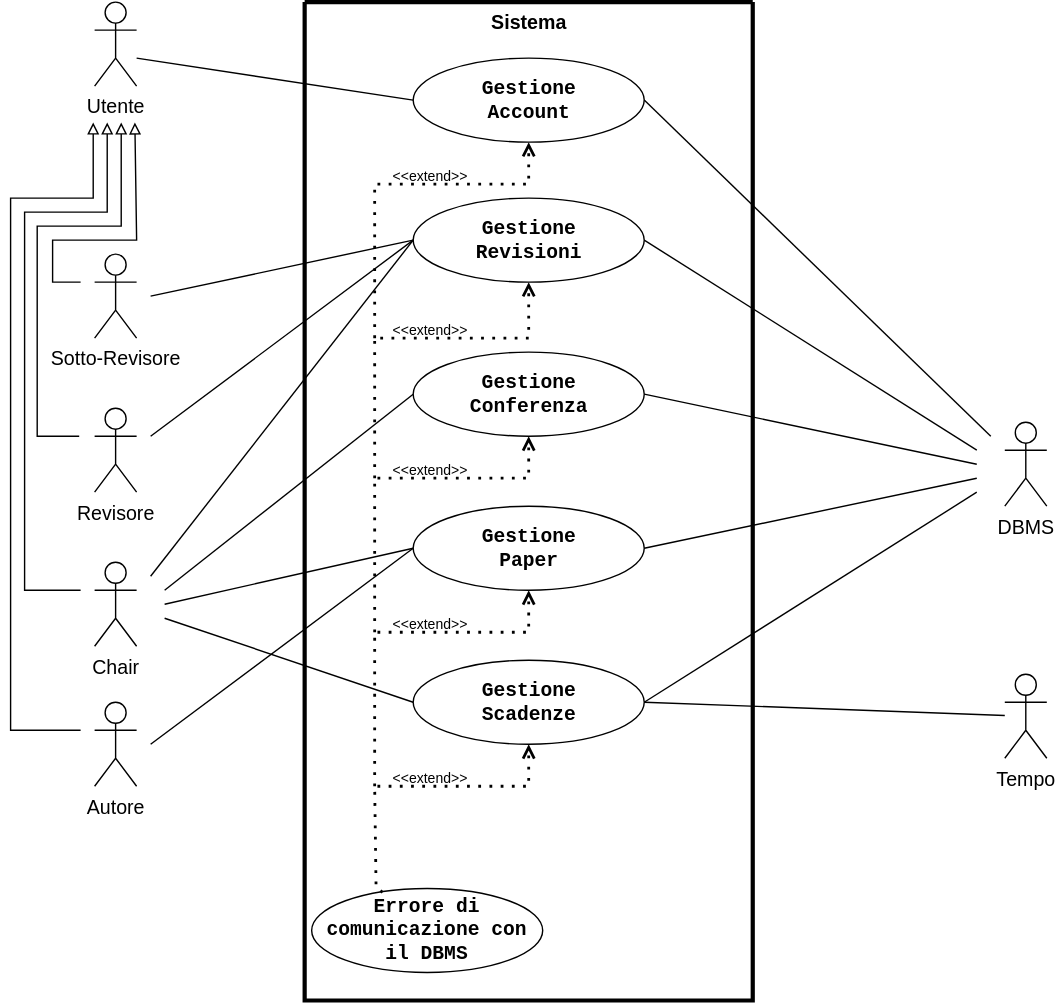
Gabro29/IngegneriaSoftware keeps this draw.io diagram as RAD/images/VistaInsieme.drawio.svg. Above is the earlier version. Source tidied: cells renumbered, new cells last; positions are measured from the earlier drawing's top-left corner, leaving out a move shared by most shapes.
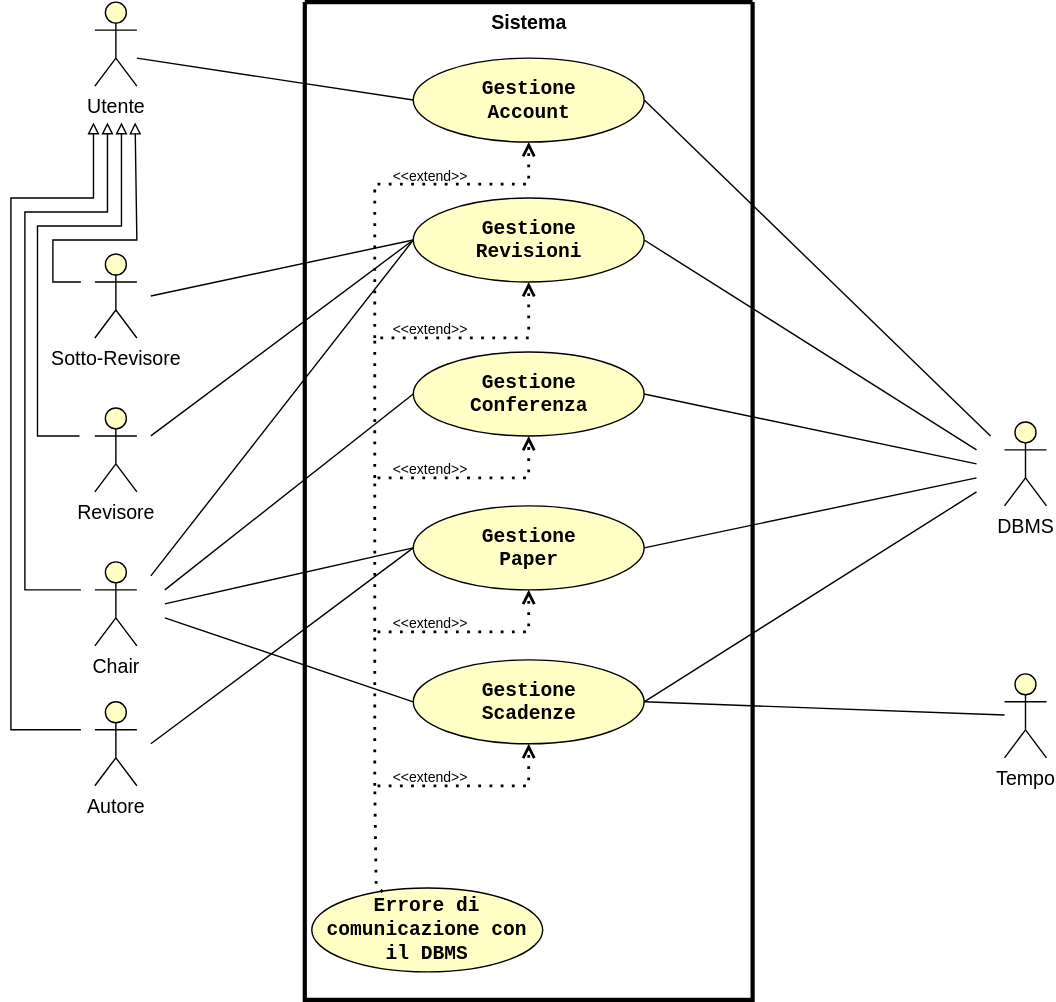
The same diagram one commit later.

Commit message:
Aggiunto colore giallo

Diff of the diagram source:
```diff
@@ -5,22 +5,22 @@
     <mxCell id="2" style="swimlane;startSize=0;swimlaneFillColor=none;strokeWidth=3;strokeColor=light-dark(#000000,#000000);labelBackgroundColor=none;fontColor=light-dark(#000000,#000000);" parent="1" vertex="1">
       <mxGeometry x="210" width="320" height="713" as="geometry" />
     </mxCell>
-    <mxCell id="3" value="&lt;font style=&quot;color: light-dark(rgb(0, 0, 0), rgb(0, 0, 0)); font-size: 14px;&quot; face=&quot;Courier New&quot;&gt;&lt;b&gt;Gestione&lt;/b&gt;&lt;/font&gt;&lt;div&gt;&lt;font style=&quot;color: light-dark(rgb(0, 0, 0), rgb(0, 0, 0)); font-size: 14px;&quot; face=&quot;Courier New&quot;&gt;&lt;b&gt;Account&lt;/b&gt;&lt;/font&gt;&lt;/div&gt;" style="ellipse;whiteSpace=wrap;html=1;fillColor=light-dark(#FFFFFF,#FDF89C);strokeColor=light-dark(#000000,#000000);" parent="2" vertex="1">
+    <mxCell id="3" value="&lt;font style=&quot;color: light-dark(rgb(0, 0, 0), rgb(0, 0, 0)); font-size: 14px;&quot; face=&quot;Courier New&quot;&gt;&lt;b&gt;Gestione&lt;/b&gt;&lt;/font&gt;&lt;div&gt;&lt;font style=&quot;color: light-dark(rgb(0, 0, 0), rgb(0, 0, 0)); font-size: 14px;&quot; face=&quot;Courier New&quot;&gt;&lt;b&gt;Account&lt;/b&gt;&lt;/font&gt;&lt;/div&gt;" style="ellipse;whiteSpace=wrap;html=1;fillColor=light-dark(#FFFFC6,#FDF89C);strokeColor=light-dark(#000000,#000000);gradientColor=none;" parent="2" vertex="1">
       <mxGeometry x="77.5" y="40" width="165" height="60" as="geometry" />
     </mxCell>
-    <mxCell id="4" value="&lt;font face=&quot;Courier New&quot; style=&quot;color: light-dark(rgb(0, 0, 0), rgb(0, 0, 0)); font-size: 14px;&quot;&gt;&lt;b&gt;Gestione&lt;/b&gt;&lt;/font&gt;&lt;div&gt;&lt;span style=&quot;font-family: &amp;quot;Courier New&amp;quot;;&quot;&gt;&lt;font style=&quot;color: light-dark(rgb(0, 0, 0), rgb(0, 0, 0)); font-size: 14px;&quot;&gt;&lt;b&gt;Revisioni&lt;/b&gt;&lt;/font&gt;&lt;/span&gt;&lt;/div&gt;" style="ellipse;whiteSpace=wrap;html=1;fillColor=light-dark(#FFFFFF,#FDF89C);strokeColor=light-dark(#000000,#000000);" parent="2" vertex="1">
+    <mxCell id="4" value="&lt;font face=&quot;Courier New&quot; style=&quot;color: light-dark(rgb(0, 0, 0), rgb(0, 0, 0)); font-size: 14px;&quot;&gt;&lt;b&gt;Gestione&lt;/b&gt;&lt;/font&gt;&lt;div&gt;&lt;span style=&quot;font-family: &amp;quot;Courier New&amp;quot;;&quot;&gt;&lt;font style=&quot;color: light-dark(rgb(0, 0, 0), rgb(0, 0, 0)); font-size: 14px;&quot;&gt;&lt;b&gt;Revisioni&lt;/b&gt;&lt;/font&gt;&lt;/span&gt;&lt;/div&gt;" style="ellipse;whiteSpace=wrap;html=1;fillColor=light-dark(#FFFFC6,#FDF89C);strokeColor=light-dark(#000000,#000000);" parent="2" vertex="1">
       <mxGeometry x="77.5" y="140" width="165" height="60" as="geometry" />
     </mxCell>
-    <mxCell id="5" value="&lt;font face=&quot;Courier New&quot; style=&quot;color: light-dark(rgb(0, 0, 0), rgb(0, 0, 0)); font-size: 14px;&quot;&gt;&lt;b&gt;Gestione&lt;/b&gt;&lt;/font&gt;&lt;div&gt;&lt;font style=&quot;color: light-dark(rgb(0, 0, 0), rgb(0, 0, 0)); font-size: 14px;&quot; face=&quot;Courier New&quot;&gt;&lt;b&gt;Conferenza&lt;/b&gt;&lt;/font&gt;&lt;/div&gt;" style="ellipse;whiteSpace=wrap;html=1;fillColor=light-dark(#FFFFFF,#FDF89C);strokeColor=light-dark(#000000,#000000);" parent="2" vertex="1">
+    <mxCell id="5" value="&lt;font face=&quot;Courier New&quot; style=&quot;color: light-dark(rgb(0, 0, 0), rgb(0, 0, 0)); font-size: 14px;&quot;&gt;&lt;b&gt;Gestione&lt;/b&gt;&lt;/font&gt;&lt;div&gt;&lt;font style=&quot;color: light-dark(rgb(0, 0, 0), rgb(0, 0, 0)); font-size: 14px;&quot; face=&quot;Courier New&quot;&gt;&lt;b&gt;Conferenza&lt;/b&gt;&lt;/font&gt;&lt;/div&gt;" style="ellipse;whiteSpace=wrap;html=1;fillColor=light-dark(#FFFFC6,#FDF89C);strokeColor=light-dark(#000000,#000000);" parent="2" vertex="1">
       <mxGeometry x="77.5" y="250" width="165" height="60" as="geometry" />
     </mxCell>
-    <mxCell id="6" value="&lt;font face=&quot;Courier New&quot; style=&quot;color: light-dark(rgb(0, 0, 0), rgb(0, 0, 0)); font-size: 14px;&quot;&gt;&lt;b&gt;Gestione&lt;/b&gt;&lt;/font&gt;&lt;div&gt;&lt;span style=&quot;font-family: &amp;quot;Courier New&amp;quot;;&quot;&gt;&lt;font style=&quot;color: light-dark(rgb(0, 0, 0), rgb(0, 0, 0)); font-size: 14px;&quot;&gt;&lt;b&gt;Paper&lt;/b&gt;&lt;/font&gt;&lt;/span&gt;&lt;/div&gt;" style="ellipse;whiteSpace=wrap;html=1;fillColor=light-dark(#FFFFFF,#FDF89C);strokeColor=light-dark(#000000,#000000);" parent="2" vertex="1">
+    <mxCell id="6" value="&lt;font face=&quot;Courier New&quot; style=&quot;color: light-dark(rgb(0, 0, 0), rgb(0, 0, 0)); font-size: 14px;&quot;&gt;&lt;b&gt;Gestione&lt;/b&gt;&lt;/font&gt;&lt;div&gt;&lt;span style=&quot;font-family: &amp;quot;Courier New&amp;quot;;&quot;&gt;&lt;font style=&quot;color: light-dark(rgb(0, 0, 0), rgb(0, 0, 0)); font-size: 14px;&quot;&gt;&lt;b&gt;Paper&lt;/b&gt;&lt;/font&gt;&lt;/span&gt;&lt;/div&gt;" style="ellipse;whiteSpace=wrap;html=1;fillColor=light-dark(#FFFFC6,#FDF89C);strokeColor=light-dark(#000000,#000000);" parent="2" vertex="1">
       <mxGeometry x="77.5" y="360" width="165" height="60" as="geometry" />
     </mxCell>
-    <mxCell id="7" value="&lt;font face=&quot;Courier New&quot; style=&quot;color: light-dark(rgb(0, 0, 0), rgb(0, 0, 0)); font-size: 14px;&quot;&gt;&lt;b&gt;Gestione&lt;/b&gt;&lt;/font&gt;&lt;div&gt;&lt;font face=&quot;Courier New&quot; style=&quot;color: light-dark(rgb(0, 0, 0), rgb(0, 0, 0)); font-size: 14px;&quot;&gt;&lt;b&gt;Scadenze&lt;/b&gt;&lt;/font&gt;&lt;/div&gt;" style="ellipse;whiteSpace=wrap;html=1;fillColor=light-dark(#FFFFFF,#FDF89C);strokeColor=light-dark(#000000,#000000);" parent="2" vertex="1">
+    <mxCell id="7" value="&lt;font face=&quot;Courier New&quot; style=&quot;color: light-dark(rgb(0, 0, 0), rgb(0, 0, 0)); font-size: 14px;&quot;&gt;&lt;b&gt;Gestione&lt;/b&gt;&lt;/font&gt;&lt;div&gt;&lt;font face=&quot;Courier New&quot; style=&quot;color: light-dark(rgb(0, 0, 0), rgb(0, 0, 0)); font-size: 14px;&quot;&gt;&lt;b&gt;Scadenze&lt;/b&gt;&lt;/font&gt;&lt;/div&gt;" style="ellipse;whiteSpace=wrap;html=1;fillColor=light-dark(#FFFFC6,#FDF89C);strokeColor=light-dark(#000000,#000000);" parent="2" vertex="1">
       <mxGeometry x="77.5" y="470" width="165" height="60" as="geometry" />
     </mxCell>
-    <mxCell id="8" value="&lt;font style=&quot;color: light-dark(rgb(0, 0, 0), rgb(0, 0, 0));&quot; face=&quot;Courier New&quot;&gt;&lt;span style=&quot;font-size: 14px;&quot;&gt;&lt;b style=&quot;&quot;&gt;Errore di comunicazione con il DBMS&lt;/b&gt;&lt;/span&gt;&lt;/font&gt;" style="ellipse;whiteSpace=wrap;html=1;fillColor=light-dark(#FFFFFF,#FDF89C);strokeColor=light-dark(#000000,#000000);" parent="2" vertex="1">
+    <mxCell id="8" value="&lt;font style=&quot;color: light-dark(rgb(0, 0, 0), rgb(0, 0, 0));&quot; face=&quot;Courier New&quot;&gt;&lt;span style=&quot;font-size: 14px;&quot;&gt;&lt;b style=&quot;&quot;&gt;Errore di comunicazione con il DBMS&lt;/b&gt;&lt;/span&gt;&lt;/font&gt;" style="ellipse;whiteSpace=wrap;html=1;fillColor=light-dark(#FFFFC6,#FDF89C);strokeColor=light-dark(#000000,#000000);" parent="2" vertex="1">
       <mxGeometry x="5" y="633" width="165" height="60" as="geometry" />
     </mxCell>
     <mxCell id="9" value="&lt;font style=&quot;color: light-dark(rgb(0, 0, 0), rgb(0, 0, 0)); font-size: 14px;&quot;&gt;&lt;b&gt;Si&lt;/b&gt;&lt;/font&gt;&lt;b style=&quot;font-size: 14px;&quot;&gt;stema&lt;/b&gt;" style="text;html=1;align=center;verticalAlign=middle;strokeColor=none;fillColor=none;" parent="2" vertex="1">
@@ -76,16 +76,16 @@
         </Array>
       </mxGeometry>
     </mxCell>
-    <mxCell id="16" value="&lt;font face=&quot;Helvetica&quot; style=&quot;color: light-dark(rgb(0, 0, 0), rgb(0, 0, 0)); font-size: 14px;&quot;&gt;Autore&lt;/font&gt;" style="shape=umlActor;verticalLabelPosition=bottom;verticalAlign=top;html=1;strokeColor=light-dark(#000000,#000000);fillColor=light-dark(#FFFFFF,#FDF89C);" parent="1" vertex="1">
+    <mxCell id="16" value="&lt;font face=&quot;Helvetica&quot; style=&quot;color: light-dark(rgb(0, 0, 0), rgb(0, 0, 0)); font-size: 14px;&quot;&gt;Autore&lt;/font&gt;" style="shape=umlActor;verticalLabelPosition=bottom;verticalAlign=top;html=1;strokeColor=light-dark(#000000,#000000);fillColor=light-dark(#FFFFC6,#FDF89C);" parent="1" vertex="1">
       <mxGeometry x="60" y="500" width="30" height="60" as="geometry" />
     </mxCell>
-    <mxCell id="17" value="&lt;font face=&quot;Helvetica&quot; style=&quot;color: light-dark(rgb(0, 0, 0), rgb(0, 0, 0)); font-size: 14px;&quot;&gt;Chair&lt;/font&gt;" style="shape=umlActor;verticalLabelPosition=bottom;verticalAlign=top;html=1;strokeColor=light-dark(#000000,#000000);fillColor=light-dark(#FFFFFF,#FDF89C);" parent="1" vertex="1">
+    <mxCell id="17" value="&lt;font face=&quot;Helvetica&quot; style=&quot;color: light-dark(rgb(0, 0, 0), rgb(0, 0, 0)); font-size: 14px;&quot;&gt;Chair&lt;/font&gt;" style="shape=umlActor;verticalLabelPosition=bottom;verticalAlign=top;html=1;strokeColor=light-dark(#000000,#000000);fillColor=light-dark(#FFFFC6,#FDF89C);" parent="1" vertex="1">
       <mxGeometry x="60" y="400" width="30" height="60" as="geometry" />
     </mxCell>
-    <mxCell id="18" value="&lt;font face=&quot;Helvetica&quot; style=&quot;color: light-dark(rgb(0, 0, 0), rgb(0, 0, 0)); font-size: 14px;&quot;&gt;Revisore&lt;/font&gt;" style="shape=umlActor;verticalLabelPosition=bottom;verticalAlign=top;html=1;strokeColor=light-dark(#000000,#000000);fillColor=light-dark(#FFFFFF,#FDF89C);" parent="1" vertex="1">
+    <mxCell id="18" value="&lt;font face=&quot;Helvetica&quot; style=&quot;color: light-dark(rgb(0, 0, 0), rgb(0, 0, 0)); font-size: 14px;&quot;&gt;Revisore&lt;/font&gt;" style="shape=umlActor;verticalLabelPosition=bottom;verticalAlign=top;html=1;strokeColor=light-dark(#000000,#000000);fillColor=light-dark(#FFFFC6,#FDF89C);" parent="1" vertex="1">
       <mxGeometry x="60" y="290" width="30" height="60" as="geometry" />
     </mxCell>
-    <mxCell id="19" value="&lt;font face=&quot;Helvetica&quot; style=&quot;color: light-dark(rgb(0, 0, 0), rgb(0, 0, 0)); font-size: 14px;&quot;&gt;Sotto-Revisore&lt;/font&gt;" style="shape=umlActor;verticalLabelPosition=bottom;verticalAlign=top;html=1;strokeColor=light-dark(#000000,#000000);fillColor=light-dark(#FFFFFF,#FDF89C);" parent="1" vertex="1">
+    <mxCell id="19" value="&lt;font face=&quot;Helvetica&quot; style=&quot;color: light-dark(rgb(0, 0, 0), rgb(0, 0, 0)); font-size: 14px;&quot;&gt;Sotto-Revisore&lt;/font&gt;" style="shape=umlActor;verticalLabelPosition=bottom;verticalAlign=top;html=1;strokeColor=light-dark(#000000,#000000);fillColor=light-dark(#FFFFC6,#FDF89C);" parent="1" vertex="1">
       <mxGeometry x="60" y="180" width="30" height="60" as="geometry" />
     </mxCell>
     <mxCell id="20" style="rounded=0;jettySize=auto;html=1;entryX=0;entryY=0.5;entryDx=0;entryDy=0;strokeColor=light-dark(#000000,#000000);endArrow=none;startFill=0;" parent="1" edge="1" target="3">
@@ -93,7 +93,7 @@
         <mxPoint x="90" y="40" as="sourcePoint" />
       </mxGeometry>
     </mxCell>
-    <mxCell id="21" value="&lt;font style=&quot;color: light-dark(rgb(0, 0, 0), rgb(0, 0, 0)); font-size: 14px;&quot;&gt;Utente&lt;/font&gt;" style="shape=umlActor;verticalLabelPosition=bottom;verticalAlign=top;html=1;strokeColor=light-dark(#000000,#000000);fillColor=light-dark(#FFFFFF,#FDF89C);" parent="1" vertex="1">
+    <mxCell id="21" value="&lt;font style=&quot;color: light-dark(rgb(0, 0, 0), rgb(0, 0, 0)); font-size: 14px;&quot;&gt;Utente&lt;/font&gt;" style="shape=umlActor;verticalLabelPosition=bottom;verticalAlign=top;html=1;strokeColor=light-dark(#000000,#000000);fillColor=light-dark(#FFFFC6,#FDF89C);" parent="1" vertex="1">
       <mxGeometry x="60" width="30" height="60" as="geometry" />
     </mxCell>
     <mxCell id="22" style="rounded=0;jettySize=auto;html=1;strokeColor=light-dark(#000000,#000000);endArrow=none;startFill=0;entryX=0;entryY=0.5;entryDx=0;entryDy=0;" parent="1" edge="1" target="4">
@@ -131,10 +131,10 @@
         <mxPoint x="110" y="440" as="sourcePoint" />
       </mxGeometry>
     </mxCell>
-    <mxCell id="29" value="&lt;font face=&quot;Helvetica&quot; style=&quot;color: light-dark(rgb(0, 0, 0), rgb(0, 0, 0)); font-size: 14px;&quot;&gt;DBMS&lt;/font&gt;" style="shape=umlActor;verticalLabelPosition=bottom;verticalAlign=top;html=1;strokeColor=light-dark(#000000,#000000);fillColor=light-dark(#FFFFFF,#FDF89C);" parent="1" vertex="1">
+    <mxCell id="29" value="&lt;font face=&quot;Helvetica&quot; style=&quot;color: light-dark(rgb(0, 0, 0), rgb(0, 0, 0)); font-size: 14px;&quot;&gt;DBMS&lt;/font&gt;" style="shape=umlActor;verticalLabelPosition=bottom;verticalAlign=top;html=1;strokeColor=light-dark(#000000,#000000);fillColor=light-dark(#FFFFC6,#FDF89C);" parent="1" vertex="1">
       <mxGeometry x="710" y="300" width="30" height="60" as="geometry" />
     </mxCell>
-    <mxCell id="30" value="&lt;font style=&quot;color: light-dark(rgb(0, 0, 0), rgb(0, 0, 0)); font-size: 14px;&quot;&gt;Tempo&lt;/font&gt;" style="shape=umlActor;verticalLabelPosition=bottom;verticalAlign=top;html=1;outlineConnect=0;strokeColor=light-dark(#000000,#000000);fillColor=light-dark(#FFFFFF,#FDF89C);" parent="1" vertex="1">
+    <mxCell id="30" value="&lt;font style=&quot;color: light-dark(rgb(0, 0, 0), rgb(0, 0, 0)); font-size: 14px;&quot;&gt;Tempo&lt;/font&gt;" style="shape=umlActor;verticalLabelPosition=bottom;verticalAlign=top;html=1;outlineConnect=0;strokeColor=light-dark(#000000,#000000);fillColor=#FFFFC6;" parent="1" vertex="1">
       <mxGeometry x="710" y="480" width="30" height="60" as="geometry" />
     </mxCell>
     <mxCell id="31" style="rounded=0;jettySize=auto;html=1;strokeColor=light-dark(#000000,#000000);endArrow=none;startFill=0;exitX=1;exitY=0.5;exitDx=0;exitDy=0;" parent="1" edge="1" source="3">
```
